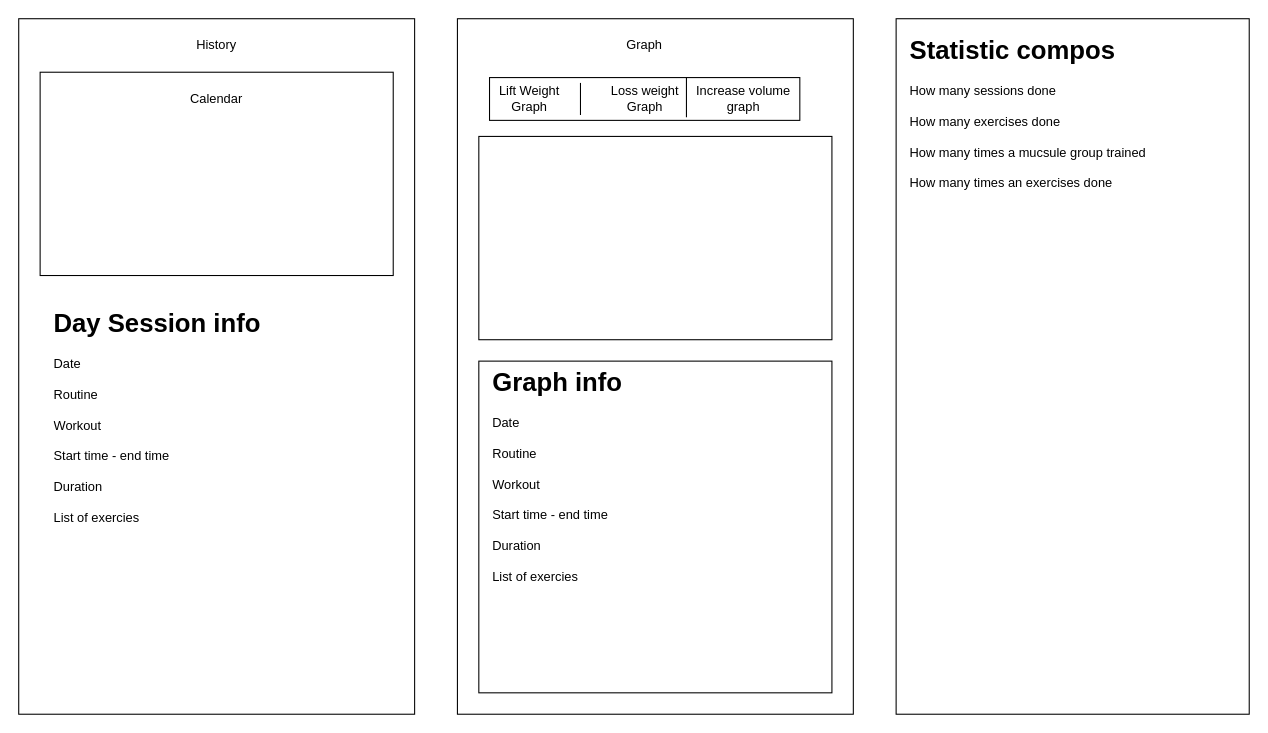
Above: page "Stat Screen Design" (2 of 2) of arch.drawio in ajalzahrani/TrackPorgressV2 (draw.io), before the change. Source tidied: cells renumbered, new cells numbered last; positions are measured from the earlier drawing's top-left corner, leaving out a move shared by most shapes. Both pictures are drawn from the tidied source at 107%, with x=0, y=0 at pixel (18, 18).
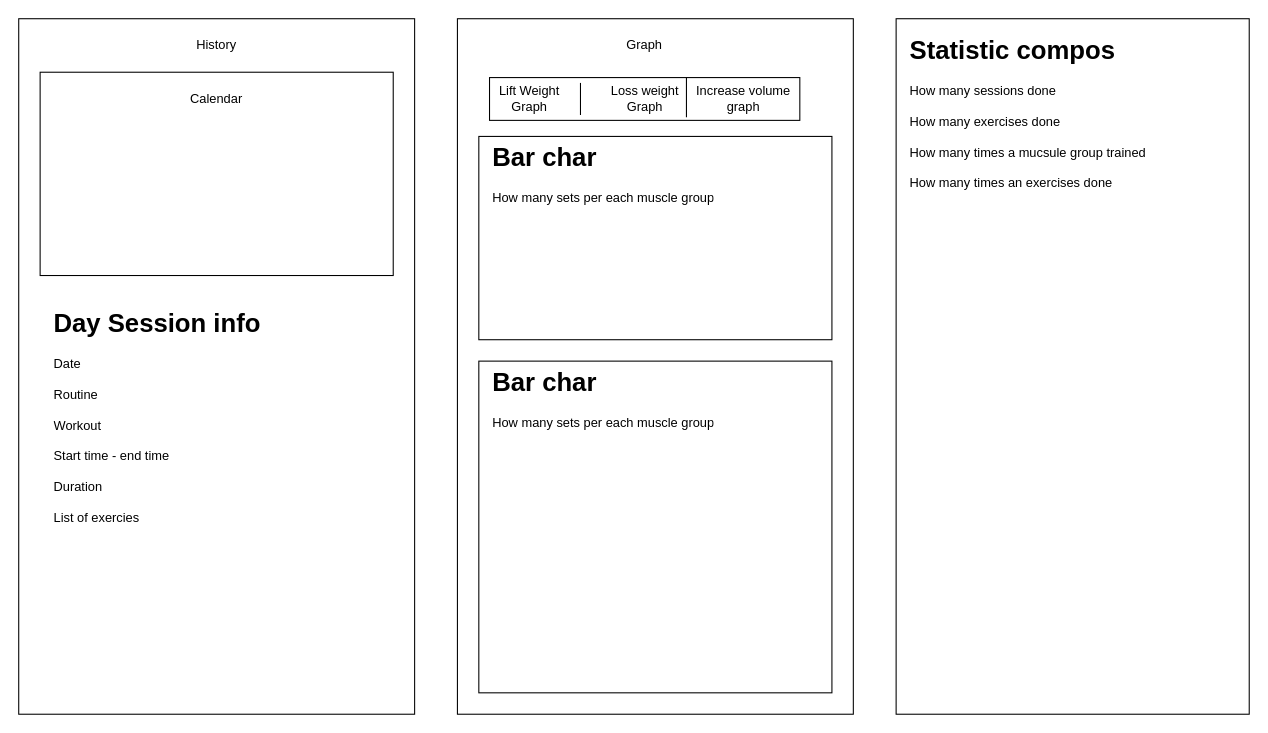
Above is the later version.

The edit, as a diff of the source:
```diff
@@
-    <mxCell id="19" value="&lt;h1&gt;Graph info&lt;br&gt;&lt;/h1&gt;&lt;div&gt;Date&lt;/div&gt;&lt;div&gt;&lt;br&gt;&lt;/div&gt;&lt;div&gt;Routine&lt;/div&gt;&lt;div&gt;&lt;br&gt;&lt;/div&gt;&lt;div&gt;Workout&lt;/div&gt;&lt;div&gt;&lt;br&gt;&lt;/div&gt;&lt;div&gt;Start time - end time&lt;/div&gt;&lt;div&gt;&lt;br&gt;&lt;/div&gt;&lt;div&gt;Duration&lt;/div&gt;&lt;div&gt;&lt;br&gt;&lt;/div&gt;&lt;div&gt;List of exercies&lt;/div&gt;&lt;div&gt;&lt;br&gt;&lt;/div&gt;&lt;div&gt;&lt;br&gt;&lt;/div&gt;&lt;div&gt;&lt;br&gt;&lt;/div&gt;&lt;div&gt;&lt;br&gt;&lt;/div&gt;" style="text;html=1;strokeColor=none;fillColor=none;spacing=5;spacingTop=-20;whiteSpace=wrap;overflow=hidden;rounded=0;" parent="1" vertex="1">
+    <mxCell id="19" value="&lt;h1&gt;Bar char&lt;/h1&gt;&lt;div&gt;How many sets per each muscle group&lt;/div&gt;" style="text;html=1;strokeColor=none;fillColor=none;spacing=5;spacingTop=-20;whiteSpace=wrap;overflow=hidden;rounded=0;" parent="1" vertex="1">
       <mxGeometry x="437.5" y="320" width="315" height="300" as="geometry" />
     </mxCell>
+    <mxCell id="20" value="&lt;h1&gt;Bar char&lt;/h1&gt;&lt;div&gt;How many sets per each muscle group&lt;/div&gt;" style="text;html=1;strokeColor=none;fillColor=none;spacing=5;spacingTop=-20;whiteSpace=wrap;overflow=hidden;rounded=0;" parent="1" vertex="1">
+      <mxGeometry x="437.5" y="110" width="315" height="300" as="geometry" />
+    </mxCell>
```
